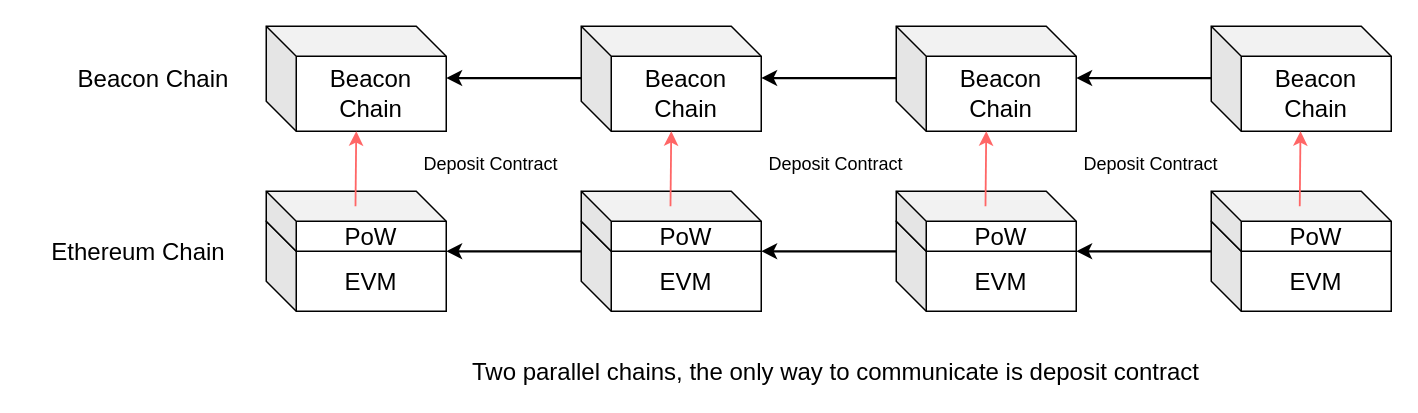
The draw.io diagram ethereum-research/consensus/beacon chain/pre-merge ethereum.drawio in 0xyicheng/a-research-diagram, before the edit. Source tidied: cells renumbered, new cells numbered last; positions are measured from the earlier drawing's top-left corner, leaving out a move shared by most shapes. Both pictures are drawn from the tidied source at 150%, with x=0, y=0 at pixel (26, 26).
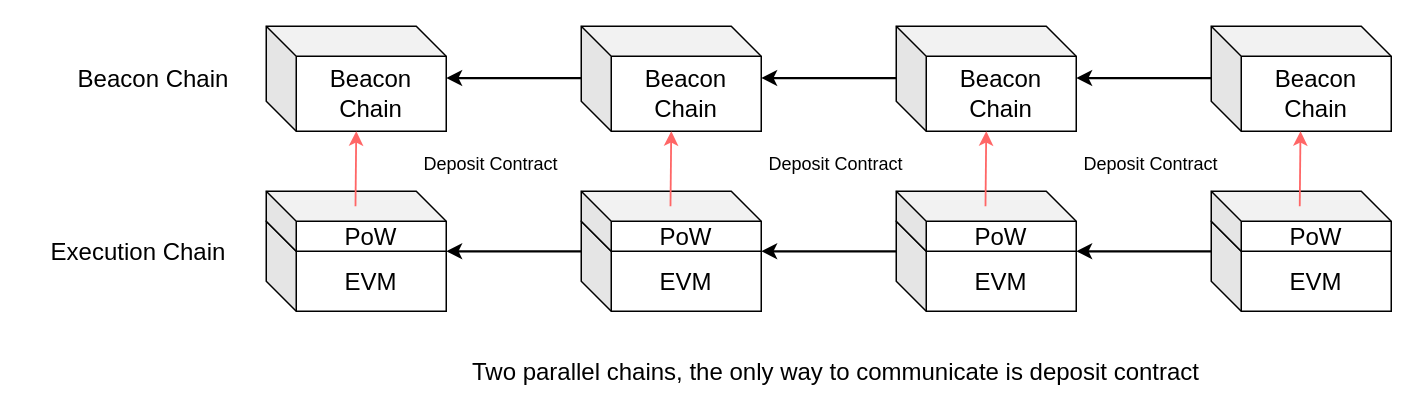
After the change.

Diff of the diagram source:
```diff
@@
-    <mxCell id="10" value="&lt;span style=&quot;font-size: 16px; user-select: auto;&quot;&gt;Ethereum Chain&lt;/span&gt;" style="text;html=1;strokeColor=none;fillColor=none;align=center;verticalAlign=middle;whiteSpace=wrap;rounded=0;fontSize=12;" parent="1" vertex="1">
+    <mxCell id="10" value="&lt;span style=&quot;font-size: 16px; user-select: auto;&quot;&gt;Execution Chain&lt;/span&gt;" style="text;html=1;strokeColor=none;fillColor=none;align=center;verticalAlign=middle;whiteSpace=wrap;rounded=0;fontSize=12;" parent="1" vertex="1">
       <mxGeometry y="135" width="150" height="30" as="geometry" />
     </mxCell>
```
